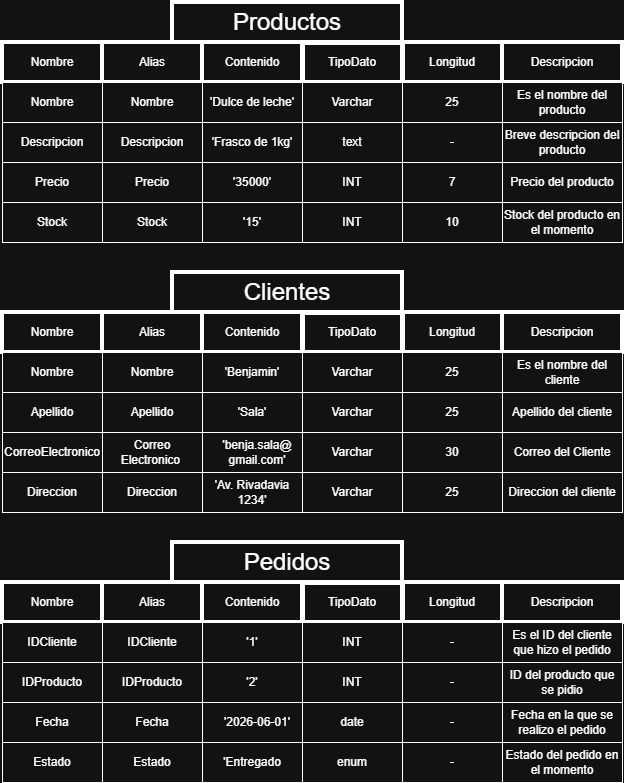
This is Actividades/Modelo De Evaluacion/TiendaOnline/DiccionarioDeDatos.drawio.png from alexisbilliet/Capicua-Base_de_Datos-, a draw.io export, as it was before one commit. Source tidied: cells renumbered, new cells last; positions are measured from the earlier drawing's top-left corner, leaving out a move shared by most shapes. Source of this version:
```xml
<mxGraphModel>
  <root>
    <mxCell id="0" />
    <mxCell id="1" parent="0" />
    <mxCell id="2" value="Nombre" style="whiteSpace=wrap;html=1;strokeWidth=4;" parent="1" vertex="1">
      <mxGeometry y="40" width="100" height="40" as="geometry" />
    </mxCell>
    <mxCell id="3" value="Alias" style="whiteSpace=wrap;html=1;strokeWidth=4;" parent="1" vertex="1">
      <mxGeometry x="100" y="40" width="100" height="40" as="geometry" />
    </mxCell>
    <mxCell id="4" value="Contenido" style="whiteSpace=wrap;html=1;strokeWidth=4;" parent="1" vertex="1">
      <mxGeometry x="200" y="40" width="100" height="40" as="geometry" />
    </mxCell>
    <mxCell id="5" value="Longitud" style="whiteSpace=wrap;html=1;strokeWidth=4;" parent="1" vertex="1">
      <mxGeometry x="400" y="40" width="100" height="40" as="geometry" />
    </mxCell>
    <mxCell id="6" value="TipoDato" style="whiteSpace=wrap;html=1;strokeWidth=5;" parent="1" vertex="1">
      <mxGeometry x="300" y="40" width="100" height="40" as="geometry" />
    </mxCell>
    <mxCell id="7" value="Descripcion" style="whiteSpace=wrap;html=1;strokeWidth=4;" parent="1" vertex="1">
      <mxGeometry x="500" y="40" width="120" height="40" as="geometry" />
    </mxCell>
    <mxCell id="8" value="&lt;font style=&quot;font-size: 24px;&quot;&gt;Productos&lt;/font&gt;" style="whiteSpace=wrap;html=1;strokeWidth=4;" parent="1" vertex="1">
      <mxGeometry x="170" width="230" height="40" as="geometry" />
    </mxCell>
    <mxCell id="9" value="Nombre" style="whiteSpace=wrap;html=1;" parent="1" vertex="1">
      <mxGeometry y="80" width="100" height="40" as="geometry" />
    </mxCell>
    <mxCell id="10" value="Nombre" style="whiteSpace=wrap;html=1;" parent="1" vertex="1">
      <mxGeometry x="100" y="80" width="100" height="40" as="geometry" />
    </mxCell>
    <mxCell id="11" value="'Dulce de leche'" style="whiteSpace=wrap;html=1;" parent="1" vertex="1">
      <mxGeometry x="200" y="80" width="100" height="40" as="geometry" />
    </mxCell>
    <mxCell id="12" value="Varchar" style="whiteSpace=wrap;html=1;" parent="1" vertex="1">
      <mxGeometry x="300" y="80" width="100" height="40" as="geometry" />
    </mxCell>
    <mxCell id="13" value="25" style="whiteSpace=wrap;html=1;" parent="1" vertex="1">
      <mxGeometry x="400" y="80" width="100" height="40" as="geometry" />
    </mxCell>
    <mxCell id="14" value="Es el nombre del producto" style="whiteSpace=wrap;html=1;" parent="1" vertex="1">
      <mxGeometry x="500" y="80" width="120" height="40" as="geometry" />
    </mxCell>
    <mxCell id="15" value="Descripcion" style="whiteSpace=wrap;html=1;" parent="1" vertex="1">
      <mxGeometry y="120" width="100" height="40" as="geometry" />
    </mxCell>
    <mxCell id="16" value="Descripcion" style="whiteSpace=wrap;html=1;" parent="1" vertex="1">
      <mxGeometry x="100" y="120" width="100" height="40" as="geometry" />
    </mxCell>
    <mxCell id="17" value="'Frasco de 1kg'" style="whiteSpace=wrap;html=1;" parent="1" vertex="1">
      <mxGeometry x="200" y="120" width="100" height="40" as="geometry" />
    </mxCell>
    <mxCell id="18" value="text" style="whiteSpace=wrap;html=1;" parent="1" vertex="1">
      <mxGeometry x="300" y="120" width="100" height="40" as="geometry" />
    </mxCell>
    <mxCell id="19" value="-" style="whiteSpace=wrap;html=1;" parent="1" vertex="1">
      <mxGeometry x="400" y="120" width="100" height="40" as="geometry" />
    </mxCell>
    <mxCell id="20" value="Breve descripcion del producto" style="whiteSpace=wrap;html=1;" parent="1" vertex="1">
      <mxGeometry x="500" y="120" width="120" height="40" as="geometry" />
    </mxCell>
    <mxCell id="21" value="Precio" style="whiteSpace=wrap;html=1;" parent="1" vertex="1">
      <mxGeometry y="160" width="100" height="40" as="geometry" />
    </mxCell>
    <mxCell id="22" value="Precio" style="whiteSpace=wrap;html=1;" parent="1" vertex="1">
      <mxGeometry x="100" y="160" width="100" height="40" as="geometry" />
    </mxCell>
    <mxCell id="23" value="'35000'" style="whiteSpace=wrap;html=1;" parent="1" vertex="1">
      <mxGeometry x="200" y="160" width="100" height="40" as="geometry" />
    </mxCell>
    <mxCell id="24" value="7" style="whiteSpace=wrap;html=1;" parent="1" vertex="1">
      <mxGeometry x="400" y="160" width="100" height="40" as="geometry" />
    </mxCell>
    <mxCell id="25" value="INT" style="whiteSpace=wrap;html=1;" parent="1" vertex="1">
      <mxGeometry x="300" y="160" width="100" height="40" as="geometry" />
    </mxCell>
    <mxCell id="26" value="Precio del producto" style="whiteSpace=wrap;html=1;" parent="1" vertex="1">
      <mxGeometry x="500" y="160" width="120" height="40" as="geometry" />
    </mxCell>
    <mxCell id="27" value="Stock" style="whiteSpace=wrap;html=1;" parent="1" vertex="1">
      <mxGeometry y="200" width="100" height="40" as="geometry" />
    </mxCell>
    <mxCell id="28" value="Stock" style="whiteSpace=wrap;html=1;" parent="1" vertex="1">
      <mxGeometry x="100" y="200" width="100" height="40" as="geometry" />
    </mxCell>
    <mxCell id="29" value="'15'" style="whiteSpace=wrap;html=1;" parent="1" vertex="1">
      <mxGeometry x="200" y="200" width="100" height="40" as="geometry" />
    </mxCell>
    <mxCell id="30" value="10" style="whiteSpace=wrap;html=1;" parent="1" vertex="1">
      <mxGeometry x="400" y="200" width="100" height="40" as="geometry" />
    </mxCell>
    <mxCell id="31" value="INT" style="whiteSpace=wrap;html=1;" parent="1" vertex="1">
      <mxGeometry x="300" y="200" width="100" height="40" as="geometry" />
    </mxCell>
    <mxCell id="32" value="Stock del producto en el momento" style="whiteSpace=wrap;html=1;" parent="1" vertex="1">
      <mxGeometry x="500" y="200" width="120" height="40" as="geometry" />
    </mxCell>
    <mxCell id="33" value="Nombre" style="whiteSpace=wrap;html=1;strokeWidth=4;" parent="1" vertex="1">
      <mxGeometry y="310" width="100" height="40" as="geometry" />
    </mxCell>
    <mxCell id="34" value="Alias" style="whiteSpace=wrap;html=1;strokeWidth=4;" parent="1" vertex="1">
      <mxGeometry x="100" y="310" width="100" height="40" as="geometry" />
    </mxCell>
    <mxCell id="35" value="Contenido" style="whiteSpace=wrap;html=1;strokeWidth=4;" parent="1" vertex="1">
      <mxGeometry x="200" y="310" width="100" height="40" as="geometry" />
    </mxCell>
    <mxCell id="36" value="Longitud" style="whiteSpace=wrap;html=1;strokeWidth=4;" parent="1" vertex="1">
      <mxGeometry x="400" y="310" width="100" height="40" as="geometry" />
    </mxCell>
    <mxCell id="37" value="TipoDato" style="whiteSpace=wrap;html=1;strokeWidth=5;" parent="1" vertex="1">
      <mxGeometry x="300" y="310" width="100" height="40" as="geometry" />
    </mxCell>
    <mxCell id="38" value="Descripcion" style="whiteSpace=wrap;html=1;strokeWidth=4;" parent="1" vertex="1">
      <mxGeometry x="500" y="310" width="120" height="40" as="geometry" />
    </mxCell>
    <mxCell id="39" value="&lt;font style=&quot;font-size: 24px;&quot;&gt;Clientes&lt;/font&gt;" style="whiteSpace=wrap;html=1;strokeWidth=4;" parent="1" vertex="1">
      <mxGeometry x="170" y="270" width="230" height="40" as="geometry" />
    </mxCell>
    <mxCell id="40" value="Nombre" style="whiteSpace=wrap;html=1;" parent="1" vertex="1">
      <mxGeometry y="350" width="100" height="40" as="geometry" />
    </mxCell>
    <mxCell id="41" value="Nombre" style="whiteSpace=wrap;html=1;" parent="1" vertex="1">
      <mxGeometry x="100" y="350" width="100" height="40" as="geometry" />
    </mxCell>
    <mxCell id="42" value="'Benjamin'" style="whiteSpace=wrap;html=1;" parent="1" vertex="1">
      <mxGeometry x="200" y="350" width="100" height="40" as="geometry" />
    </mxCell>
    <mxCell id="43" value="Varchar" style="whiteSpace=wrap;html=1;" parent="1" vertex="1">
      <mxGeometry x="300" y="350" width="100" height="40" as="geometry" />
    </mxCell>
    <mxCell id="44" value="25" style="whiteSpace=wrap;html=1;" parent="1" vertex="1">
      <mxGeometry x="400" y="350" width="100" height="40" as="geometry" />
    </mxCell>
    <mxCell id="45" value="Es el nombre del cliente" style="whiteSpace=wrap;html=1;" parent="1" vertex="1">
      <mxGeometry x="500" y="350" width="120" height="40" as="geometry" />
    </mxCell>
    <mxCell id="46" value="Apellido" style="whiteSpace=wrap;html=1;" parent="1" vertex="1">
      <mxGeometry y="390" width="100" height="40" as="geometry" />
    </mxCell>
    <mxCell id="47" value="Apellido" style="whiteSpace=wrap;html=1;" parent="1" vertex="1">
      <mxGeometry x="100" y="390" width="100" height="40" as="geometry" />
    </mxCell>
    <mxCell id="48" value="'Sala'" style="whiteSpace=wrap;html=1;" parent="1" vertex="1">
      <mxGeometry x="200" y="390" width="100" height="40" as="geometry" />
    </mxCell>
    <mxCell id="49" value="Varchar" style="whiteSpace=wrap;html=1;" parent="1" vertex="1">
      <mxGeometry x="300" y="390" width="100" height="40" as="geometry" />
    </mxCell>
    <mxCell id="50" value="25" style="whiteSpace=wrap;html=1;" parent="1" vertex="1">
      <mxGeometry x="400" y="390" width="100" height="40" as="geometry" />
    </mxCell>
    <mxCell id="51" value="Apellido del cliente" style="whiteSpace=wrap;html=1;" parent="1" vertex="1">
      <mxGeometry x="500" y="390" width="120" height="40" as="geometry" />
    </mxCell>
    <mxCell id="52" value="&lt;font style=&quot;font-size: 12px;&quot;&gt;CorreoElectronico&lt;/font&gt;" style="whiteSpace=wrap;html=1;" parent="1" vertex="1">
      <mxGeometry y="430" width="100" height="40" as="geometry" />
    </mxCell>
    <mxCell id="53" value="Correo Electronico&amp;nbsp;" style="whiteSpace=wrap;html=1;" parent="1" vertex="1">
      <mxGeometry x="100" y="430" width="100" height="40" as="geometry" />
    </mxCell>
    <mxCell id="54" value="'benja.sala@&lt;div&gt;gmail&lt;span style=&quot;background-color: transparent; color: light-dark(rgb(0, 0, 0), rgb(255, 255, 255));&quot;&gt;.com'&lt;/span&gt;&lt;/div&gt;" style="whiteSpace=wrap;html=1;" parent="1" vertex="1">
      <mxGeometry x="200" y="430" width="110" height="40" as="geometry" />
    </mxCell>
    <mxCell id="55" value="30" style="whiteSpace=wrap;html=1;" parent="1" vertex="1">
      <mxGeometry x="400" y="430" width="100" height="40" as="geometry" />
    </mxCell>
    <mxCell id="56" value="Varchar" style="whiteSpace=wrap;html=1;" parent="1" vertex="1">
      <mxGeometry x="300" y="430" width="100" height="40" as="geometry" />
    </mxCell>
    <mxCell id="57" value="Correo del Cliente" style="whiteSpace=wrap;html=1;" parent="1" vertex="1">
      <mxGeometry x="500" y="430" width="120" height="40" as="geometry" />
    </mxCell>
    <mxCell id="58" value="Direccion" style="whiteSpace=wrap;html=1;" parent="1" vertex="1">
      <mxGeometry y="470" width="100" height="40" as="geometry" />
    </mxCell>
    <mxCell id="59" value="Direccion" style="whiteSpace=wrap;html=1;" parent="1" vertex="1">
      <mxGeometry x="100" y="470" width="100" height="40" as="geometry" />
    </mxCell>
    <mxCell id="60" value="'Av. Rivadavia 1234'" style="whiteSpace=wrap;html=1;" parent="1" vertex="1">
      <mxGeometry x="200" y="470" width="100" height="40" as="geometry" />
    </mxCell>
    <mxCell id="61" value="25" style="whiteSpace=wrap;html=1;" parent="1" vertex="1">
      <mxGeometry x="400" y="470" width="100" height="40" as="geometry" />
    </mxCell>
    <mxCell id="62" value="Varchar" style="whiteSpace=wrap;html=1;" parent="1" vertex="1">
      <mxGeometry x="300" y="470" width="100" height="40" as="geometry" />
    </mxCell>
    <mxCell id="63" value="Direccion del cliente" style="whiteSpace=wrap;html=1;" parent="1" vertex="1">
      <mxGeometry x="500" y="470" width="120" height="40" as="geometry" />
    </mxCell>
    <mxCell id="64" value="Nombre" style="whiteSpace=wrap;html=1;strokeWidth=4;" parent="1" vertex="1">
      <mxGeometry y="580" width="100" height="40" as="geometry" />
    </mxCell>
    <mxCell id="65" value="Alias" style="whiteSpace=wrap;html=1;strokeWidth=4;" parent="1" vertex="1">
      <mxGeometry x="100" y="580" width="100" height="40" as="geometry" />
    </mxCell>
    <mxCell id="66" value="Contenido" style="whiteSpace=wrap;html=1;strokeWidth=4;" parent="1" vertex="1">
      <mxGeometry x="200" y="580" width="100" height="40" as="geometry" />
    </mxCell>
    <mxCell id="67" value="Longitud" style="whiteSpace=wrap;html=1;strokeWidth=4;" parent="1" vertex="1">
      <mxGeometry x="400" y="580" width="100" height="40" as="geometry" />
    </mxCell>
    <mxCell id="68" value="TipoDato" style="whiteSpace=wrap;html=1;strokeWidth=5;" parent="1" vertex="1">
      <mxGeometry x="300" y="580" width="100" height="40" as="geometry" />
    </mxCell>
    <mxCell id="69" value="Descripcion" style="whiteSpace=wrap;html=1;strokeWidth=4;" parent="1" vertex="1">
      <mxGeometry x="500" y="580" width="120" height="40" as="geometry" />
    </mxCell>
    <mxCell id="70" value="&lt;font style=&quot;font-size: 24px;&quot;&gt;Pedidos&lt;/font&gt;" style="whiteSpace=wrap;html=1;strokeWidth=4;" parent="1" vertex="1">
      <mxGeometry x="170" y="540" width="230" height="40" as="geometry" />
    </mxCell>
    <mxCell id="71" value="IDCliente" style="whiteSpace=wrap;html=1;" parent="1" vertex="1">
      <mxGeometry y="620" width="100" height="40" as="geometry" />
    </mxCell>
    <mxCell id="72" value="IDCliente" style="whiteSpace=wrap;html=1;" parent="1" vertex="1">
      <mxGeometry x="100" y="620" width="100" height="40" as="geometry" />
    </mxCell>
    <mxCell id="73" value="'1'" style="whiteSpace=wrap;html=1;" parent="1" vertex="1">
      <mxGeometry x="200" y="620" width="100" height="40" as="geometry" />
    </mxCell>
    <mxCell id="74" value="INT" style="whiteSpace=wrap;html=1;" parent="1" vertex="1">
      <mxGeometry x="300" y="620" width="100" height="40" as="geometry" />
    </mxCell>
    <mxCell id="75" value="-" style="whiteSpace=wrap;html=1;" parent="1" vertex="1">
      <mxGeometry x="400" y="620" width="100" height="40" as="geometry" />
    </mxCell>
    <mxCell id="76" value="Es el ID del cliente que hizo el pedido" style="whiteSpace=wrap;html=1;" parent="1" vertex="1">
      <mxGeometry x="500" y="620" width="120" height="40" as="geometry" />
    </mxCell>
    <mxCell id="77" value="IDProducto" style="whiteSpace=wrap;html=1;" parent="1" vertex="1">
      <mxGeometry y="660" width="100" height="40" as="geometry" />
    </mxCell>
    <mxCell id="78" value="IDProducto" style="whiteSpace=wrap;html=1;" parent="1" vertex="1">
      <mxGeometry x="100" y="660" width="100" height="40" as="geometry" />
    </mxCell>
    <mxCell id="79" value="'2'" style="whiteSpace=wrap;html=1;" parent="1" vertex="1">
      <mxGeometry x="200" y="660" width="100" height="40" as="geometry" />
    </mxCell>
    <mxCell id="80" value="INT" style="whiteSpace=wrap;html=1;" parent="1" vertex="1">
      <mxGeometry x="300" y="660" width="100" height="40" as="geometry" />
    </mxCell>
    <mxCell id="81" value="-" style="whiteSpace=wrap;html=1;" parent="1" vertex="1">
      <mxGeometry x="400" y="660" width="100" height="40" as="geometry" />
    </mxCell>
    <mxCell id="82" value="ID del producto que se pidio" style="whiteSpace=wrap;html=1;" parent="1" vertex="1">
      <mxGeometry x="500" y="660" width="120" height="40" as="geometry" />
    </mxCell>
    <mxCell id="83" value="&lt;font style=&quot;font-size: 12px;&quot;&gt;Fecha&lt;/font&gt;" style="whiteSpace=wrap;html=1;" parent="1" vertex="1">
      <mxGeometry y="700" width="100" height="40" as="geometry" />
    </mxCell>
    <mxCell id="84" value="Fecha" style="whiteSpace=wrap;html=1;" parent="1" vertex="1">
      <mxGeometry x="100" y="700" width="100" height="40" as="geometry" />
    </mxCell>
    <mxCell id="85" value="'2026-06-01&lt;span style=&quot;background-color: transparent; color: light-dark(rgb(0, 0, 0), rgb(255, 255, 255));&quot;&gt;'&lt;/span&gt;" style="whiteSpace=wrap;html=1;" parent="1" vertex="1">
      <mxGeometry x="200" y="700" width="110" height="40" as="geometry" />
    </mxCell>
    <mxCell id="86" value="-" style="whiteSpace=wrap;html=1;" parent="1" vertex="1">
      <mxGeometry x="400" y="700" width="100" height="40" as="geometry" />
    </mxCell>
    <mxCell id="87" value="date" style="whiteSpace=wrap;html=1;" parent="1" vertex="1">
      <mxGeometry x="300" y="700" width="100" height="40" as="geometry" />
    </mxCell>
    <mxCell id="88" value="Fecha en la que se realizo el pedido" style="whiteSpace=wrap;html=1;" parent="1" vertex="1">
      <mxGeometry x="500" y="700" width="120" height="40" as="geometry" />
    </mxCell>
    <mxCell id="89" value="Estado" style="whiteSpace=wrap;html=1;" parent="1" vertex="1">
      <mxGeometry y="740" width="100" height="40" as="geometry" />
    </mxCell>
    <mxCell id="90" value="Estado" style="whiteSpace=wrap;html=1;" parent="1" vertex="1">
      <mxGeometry x="100" y="740" width="100" height="40" as="geometry" />
    </mxCell>
    <mxCell id="91" value="'Entregado" style="whiteSpace=wrap;html=1;" parent="1" vertex="1">
      <mxGeometry x="200" y="740" width="100" height="40" as="geometry" />
    </mxCell>
    <mxCell id="92" value="-" style="whiteSpace=wrap;html=1;" parent="1" vertex="1">
      <mxGeometry x="400" y="740" width="100" height="40" as="geometry" />
    </mxCell>
    <mxCell id="93" value="enum" style="whiteSpace=wrap;html=1;" parent="1" vertex="1">
      <mxGeometry x="300" y="740" width="100" height="40" as="geometry" />
    </mxCell>
    <mxCell id="94" value="Estado del pedido en el momento" style="whiteSpace=wrap;html=1;" parent="1" vertex="1">
      <mxGeometry x="500" y="740" width="120" height="40" as="geometry" />
    </mxCell>
  </root>
</mxGraphModel>
```
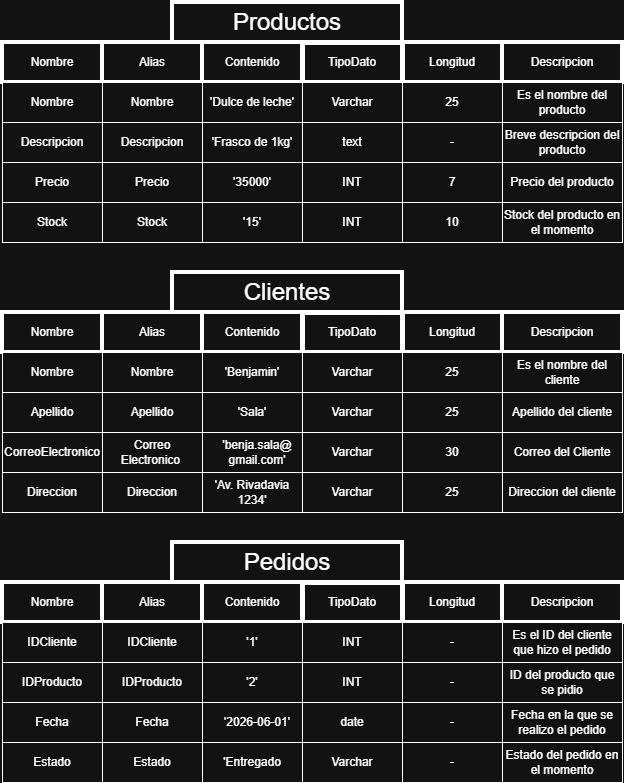
After the change.

Diff of the diagram source:
```diff
@@ -275,7 +275,7 @@
     <mxCell id="92" value="-" style="whiteSpace=wrap;html=1;" parent="1" vertex="1">
       <mxGeometry x="400" y="740" width="100" height="40" as="geometry" />
     </mxCell>
-    <mxCell id="93" value="enum" style="whiteSpace=wrap;html=1;" parent="1" vertex="1">
+    <mxCell id="93" value="Varchar" style="whiteSpace=wrap;html=1;" parent="1" vertex="1">
       <mxGeometry x="300" y="740" width="100" height="40" as="geometry" />
     </mxCell>
     <mxCell id="94" value="Estado del pedido en el momento" style="whiteSpace=wrap;html=1;" parent="1" vertex="1">
```
